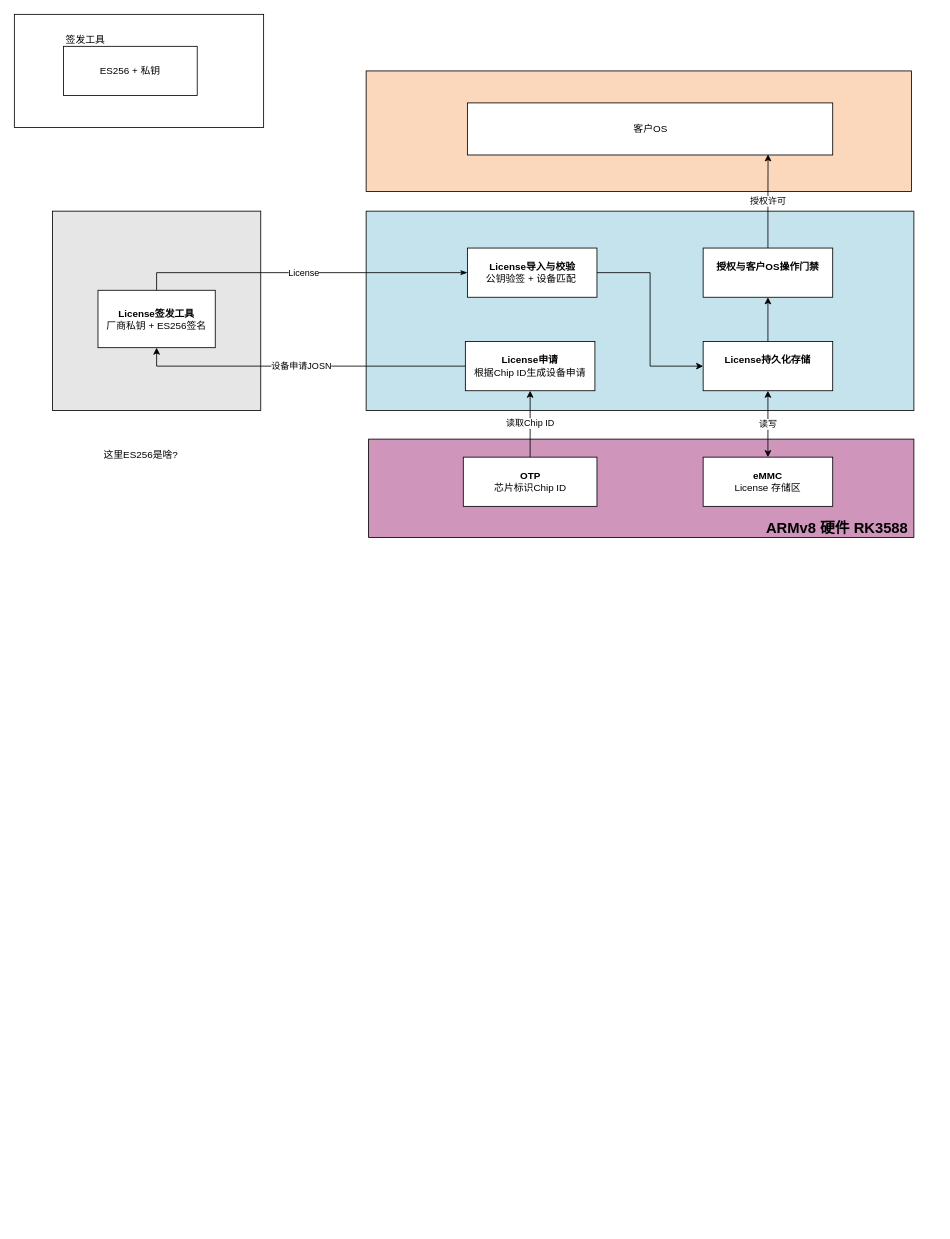
This is 离线授权License.drawio from pbf3163267861/drawio, a draw.io file, before an edit. Source tidied: cells renumbered, new cells numbered last; positions are measured from the earlier drawing's top-left corner, leaving out a move shared by most shapes. Both pictures are drawn from the tidied source at 82%, with x=0, y=0 at pixel (14, 14).
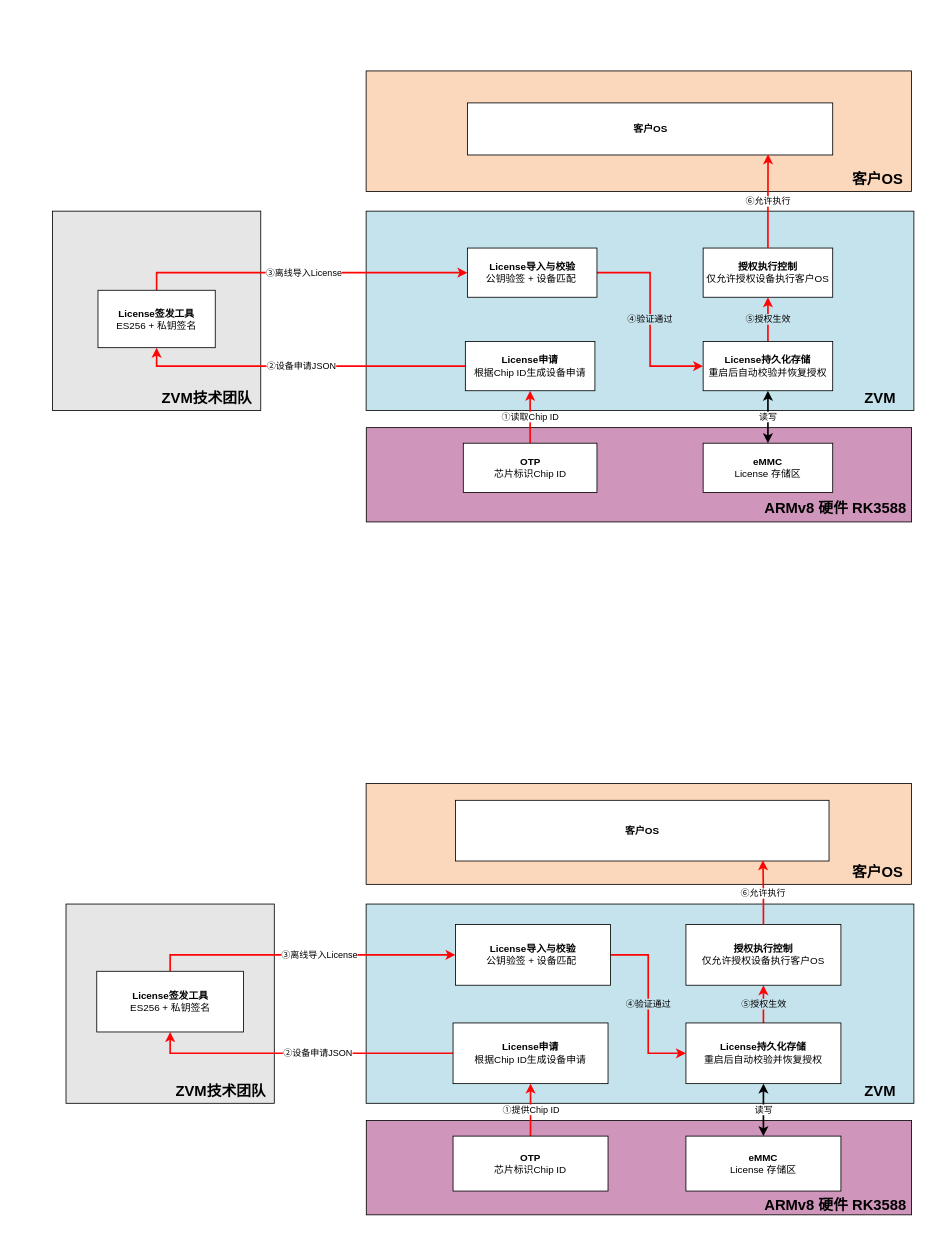
Above is the later version.

Commit message (it also covers changes not shown here):
更新离线授权License.drawio

The change refers to these unchanged cells:
```xml
<mxCell id="13" value="&lt;b&gt;License申请&lt;br&gt;&lt;/b&gt;根据Chip ID生成设备申请" style="rounded=0;whiteSpace=wrap;html=1;" parent="1" vertex="1">
  <mxGeometry x="550" y="399" width="158" height="60" as="geometry" />
</mxCell>
<mxCell id="16" value="&lt;b&gt;License导入与校验&lt;/b&gt;&lt;br&gt;公钥验签 + 设备匹配&amp;nbsp;" style="rounded=0;whiteSpace=wrap;html=1;" parent="1" vertex="1">
  <mxGeometry x="552.5" y="285" width="158" height="60" as="geometry" />
</mxCell>
```

The edit, as a diff of the source:
```diff
@@
-    <mxCell id="3" style="rounded=0;whiteSpace=wrap;html=1;" parent="1" vertex="1">
-      <mxGeometry width="304" height="138" as="geometry" />
-    </mxCell>
-    <mxCell id="4" value="ES256 +&amp;nbsp;&lt;span style=&quot;background-color: transparent; color: light-dark(rgb(0, 0, 0), rgb(255, 255, 255));&quot;&gt;私钥&lt;/span&gt;" style="rounded=0;whiteSpace=wrap;html=1;" parent="1" vertex="1">
-      <mxGeometry x="60" y="39" width="163" height="60" as="geometry" />
-    </mxCell>
-    <mxCell id="5" value="签发工具" style="text;html=1;whiteSpace=wrap;strokeColor=none;fillColor=none;align=center;verticalAlign=middle;rounded=0;" parent="1" vertex="1">
-      <mxGeometry x="57" y="17" width="60" height="30" as="geometry" />
-    </mxCell>
-    <mxCell id="6" style="rounded=0;whiteSpace=wrap;html=1;fillColor=light-dark(#c5e3ed, #ededed);" parent="1" vertex="1">
+    <mxCell id="6" style="rounded=0;whiteSpace=wrap;html=1;fillColor=light-dark(#c5e3ed, #ededed);labelBackgroundColor=none;" parent="1" vertex="1">
       <mxGeometry x="429" y="240" width="668" height="243" as="geometry" />
     </mxCell>
@@
     <mxCell id="8" style="rounded=0;whiteSpace=wrap;html=1;fillColor=light-dark(#D095BB,#EDEDED);" parent="1" vertex="1">
-      <mxGeometry x="432" y="518" width="665" height="120" as="geometry" />
+      <mxGeometry x="429.2" y="504" width="665" height="115" as="geometry" />
     </mxCell>
-    <mxCell id="9" value="读取Chip ID" style="edgeStyle=orthogonalEdgeStyle;rounded=0;jettySize=auto;html=1;exitX=0.5;exitY=0;exitDx=0;exitDy=0;entryX=0.5;entryY=1;entryDx=0;entryDy=0;" parent="1" edge="1" source="10" target="13">
+    <mxCell id="9" value="①读取Chip ID" style="edgeStyle=orthogonalEdgeStyle;rounded=0;jettySize=auto;html=1;exitX=0.5;exitY=0;exitDx=0;exitDy=0;entryX=0.5;entryY=1;entryDx=0;entryDy=0;strokeWidth=2;fontFamily=Helvetica;fontSize=11;fontColor=default;fontStyle=0;align=center;verticalAlign=middle;labelBackgroundColor=default;strokeColor=light-dark(#ff0505, #ededed);" parent="1" edge="1" source="10" target="13">
       <mxGeometry relative="1" as="geometry" />
     </mxCell>
     <mxCell id="10" value="&lt;b&gt;OTP&lt;/b&gt;&lt;div&gt;芯片标识Chip ID&lt;/div&gt;" style="rounded=0;whiteSpace=wrap;html=1;" parent="1" vertex="1">
-      <mxGeometry x="547.5" y="540" width="163" height="60" as="geometry" />
+      <mxGeometry x="547.5" y="523" width="163" height="60" as="geometry" />
     </mxCell>
     <mxCell id="11" value="&lt;div&gt;&lt;b&gt;eMMC&lt;/b&gt;&lt;/div&gt;License 存储区" style="rounded=0;whiteSpace=wrap;html=1;" parent="1" vertex="1">
-      <mxGeometry x="840" y="540" width="158" height="60" as="geometry" />
+      <mxGeometry x="840" y="523" width="158" height="60" as="geometry" />
     </mxCell>
-    <mxCell id="12" value="设备申请JOSN" style="edgeStyle=orthogonalEdgeStyle;rounded=0;jettySize=auto;html=1;exitX=0;exitY=0.5;exitDx=0;exitDy=0;entryX=0.5;entryY=1;entryDx=0;entryDy=0;" parent="1" edge="1" source="13" target="21">
+    <mxCell id="12" value="②设备申请JSON" style="edgeStyle=orthogonalEdgeStyle;rounded=0;jettySize=auto;html=1;exitX=0;exitY=0.5;exitDx=0;exitDy=0;entryX=0.5;entryY=1;entryDx=0;entryDy=0;strokeWidth=2;strokeColor=light-dark(#ff0505, #ededed);" parent="1" edge="1" source="13" target="21">
       <mxGeometry relative="1" as="geometry" />
     </mxCell>
@@
-    <mxCell id="14" value="License" style="edgeStyle=orthogonalEdgeStyle;rounded=0;jettySize=auto;html=1;exitX=0;exitY=0.5;exitDx=0;exitDy=0;entryX=0.5;entryY=0;entryDx=0;entryDy=0;startArrow=classicThin;startFill=1;endArrow=none;endFill=0;" parent="1" edge="1" source="16" target="21">
+    <mxCell id="14" value="③离线导入License" style="edgeStyle=orthogonalEdgeStyle;rounded=0;jettySize=auto;html=1;exitX=0;exitY=0.5;exitDx=0;exitDy=0;entryX=0.5;entryY=0;entryDx=0;entryDy=0;endArrow=none;strokeWidth=2;strokeColor=light-dark(#ff0505, #ededed);align=center;verticalAlign=middle;fontFamily=Helvetica;fontSize=11;fontColor=default;labelBackgroundColor=default;startArrow=classic;startFill=1;endFill=0;" parent="1" edge="1" source="16" target="21">
       <mxGeometry relative="1" as="geometry" />
     </mxCell>
-    <mxCell id="15" style="edgeStyle=orthogonalEdgeStyle;rounded=0;jettySize=auto;html=1;exitX=1;exitY=0.5;exitDx=0;exitDy=0;entryX=0;entryY=0.5;entryDx=0;entryDy=0;" parent="1" edge="1" source="16" target="19">
+    <mxCell id="15" value="④验证通过" style="edgeStyle=orthogonalEdgeStyle;rounded=0;jettySize=auto;html=1;exitX=1;exitY=0.5;exitDx=0;exitDy=0;entryX=0;entryY=0.5;entryDx=0;entryDy=0;strokeWidth=2;labelBackgroundColor=light-dark(#c5e3ed, #ededed);strokeColor=light-dark(#ff0505, #ededed);align=center;verticalAlign=middle;fontFamily=Helvetica;fontSize=11;fontColor=default;endArrow=classic;" parent="1" edge="1" source="16" target="19">
       <mxGeometry relative="1" as="geometry" />
     </mxCell>
@@
-    <mxCell id="17" style="edgeStyle=orthogonalEdgeStyle;rounded=0;jettySize=auto;html=1;exitX=0.5;exitY=0;exitDx=0;exitDy=0;entryX=0.5;entryY=1;entryDx=0;entryDy=0;" parent="1" edge="1" source="19" target="20">
+    <mxCell id="17" value="⑤授权生效" style="edgeStyle=orthogonalEdgeStyle;rounded=0;jettySize=auto;html=1;exitX=0.5;exitY=0;exitDx=0;exitDy=0;entryX=0.5;entryY=1;entryDx=0;entryDy=0;strokeWidth=2;fontFamily=Helvetica;fontSize=11;fontColor=default;align=center;verticalAlign=middle;labelBackgroundColor=light-dark(#c5e3ed, #ededed);strokeColor=light-dark(#ff0505, #ededed);endArrow=classic;fontStyle=0;" parent="1" edge="1" source="19" target="20">
       <mxGeometry relative="1" as="geometry" />
     </mxCell>
-    <mxCell id="18" value="读写" style="edgeStyle=orthogonalEdgeStyle;rounded=0;jettySize=auto;html=1;exitX=0.5;exitY=1;exitDx=0;exitDy=0;entryX=0.5;entryY=0;entryDx=0;entryDy=0;startArrow=classic;startFill=1;" parent="1" edge="1" source="19" target="11">
+    <mxCell id="18" value="读写" style="edgeStyle=orthogonalEdgeStyle;rounded=0;jettySize=auto;html=1;exitX=0.5;exitY=1;exitDx=0;exitDy=0;entryX=0.5;entryY=0;entryDx=0;entryDy=0;startArrow=classic;startFill=1;strokeWidth=2;" parent="1" edge="1" source="19" target="11">
       <mxGeometry relative="1" as="geometry" />
     </mxCell>
-    <mxCell id="19" value="&lt;b&gt;License持久化存储&lt;/b&gt;&lt;div&gt;&lt;br&gt;&lt;/div&gt;" style="rounded=0;whiteSpace=wrap;html=1;" parent="1" vertex="1">
+    <mxCell id="19" value="&lt;b&gt;License持久化存储&lt;/b&gt;&lt;div&gt;重启后自动校验并恢复授权&lt;/div&gt;" style="rounded=0;whiteSpace=wrap;html=1;" parent="1" vertex="1">
       <mxGeometry x="840" y="399" width="158" height="60" as="geometry" />
     </mxCell>
-    <mxCell id="20" value="&lt;b&gt;授权与客户OS操作门禁&lt;/b&gt;&lt;br&gt;&lt;div&gt;&lt;br&gt;&lt;/div&gt;" style="rounded=0;whiteSpace=wrap;html=1;" parent="1" vertex="1">
+    <mxCell id="20" value="&lt;b&gt;授权执行控制&lt;/b&gt;&lt;div&gt;仅允许授权设备执行客户OS&lt;b&gt;&lt;/b&gt;&lt;/div&gt;" style="rounded=0;whiteSpace=wrap;html=1;" parent="1" vertex="1">
       <mxGeometry x="840" y="285" width="158" height="60" as="geometry" />
     </mxCell>
-    <mxCell id="21" value="&lt;b&gt;License签发工具&lt;/b&gt;&lt;div&gt;厂商私钥 + ES256签名&lt;/div&gt;" style="rounded=0;whiteSpace=wrap;html=1;" parent="1" vertex="1">
+    <mxCell id="21" value="&lt;b&gt;License签发工具&lt;/b&gt;&lt;div&gt;ES256 + 私钥签名&lt;/div&gt;" style="rounded=0;whiteSpace=wrap;html=1;" parent="1" vertex="1">
       <mxGeometry x="102" y="336.5" width="143" height="70" as="geometry" />
     </mxCell>
-    <mxCell id="22" value="这里ES256是啥?" style="text;html=1;whiteSpace=wrap;strokeColor=none;fillColor=none;align=center;verticalAlign=middle;rounded=0;" parent="1" vertex="1">
-      <mxGeometry x="69" y="523" width="171" height="30" as="geometry" />
-    </mxCell>
-    <mxCell id="23" value="客户OS" style="rounded=0;whiteSpace=wrap;html=1;" parent="1" vertex="1">
+    <mxCell id="23" value="&lt;b&gt;客户OS&lt;/b&gt;" style="rounded=0;whiteSpace=wrap;html=1;" parent="1" vertex="1">
       <mxGeometry x="552.5" y="108" width="445.5" height="63.5" as="geometry" />
     </mxCell>
-    <mxCell id="24" value="授权许可" style="edgeStyle=orthogonalEdgeStyle;rounded=0;jettySize=auto;html=1;exitX=0.5;exitY=0;exitDx=0;exitDy=0;entryX=0.823;entryY=0.988;entryDx=0;entryDy=0;entryPerimeter=0;" parent="1" edge="1" source="20" target="23">
+    <mxCell id="24" value="⑥允许执行" style="edgeStyle=orthogonalEdgeStyle;rounded=0;jettySize=auto;html=1;exitX=0.5;exitY=0;exitDx=0;exitDy=0;entryX=0.823;entryY=0.988;entryDx=0;entryDy=0;entryPerimeter=0;strokeWidth=2;strokeColor=light-dark(#ff0505, #ededed);align=center;verticalAlign=middle;fontFamily=Helvetica;fontSize=11;fontColor=default;labelBackgroundColor=default;endArrow=classic;" parent="1" edge="1" source="20" target="23">
       <mxGeometry relative="1" as="geometry" />
     </mxCell>
     <mxCell id="25" value="&lt;h1 style=&quot;margin-top: 0px;&quot;&gt;ARMv8 硬件 RK3588&lt;/h1&gt;" style="text;html=1;whiteSpace=wrap;overflow=hidden;rounded=0;fontSize=9;" parent="1" vertex="1">
-      <mxGeometry x="915" y="610" width="209" height="38" as="geometry" />
+      <mxGeometry x="913" y="586" width="209" height="38" as="geometry" />
     </mxCell>
+    <mxCell id="26" value="&lt;h1 style=&quot;margin-top: 0px;&quot;&gt;ZVM&lt;br&gt;&lt;/h1&gt;" style="text;html=1;whiteSpace=wrap;overflow=hidden;rounded=0;fontSize=9;" parent="1" vertex="1">
+      <mxGeometry x="1035" y="452" width="60" height="38" as="geometry" />
+    </mxCell>
+    <mxCell id="27" value="&lt;h1 style=&quot;margin-top: 0px;&quot;&gt;客户OS&lt;/h1&gt;" style="text;html=1;whiteSpace=wrap;overflow=hidden;rounded=0;fontSize=9;" parent="1" vertex="1">
+      <mxGeometry x="1020" y="184" width="74" height="38" as="geometry" />
+    </mxCell>
+    <mxCell id="28" value="&lt;h1 style=&quot;margin-top: 0px;&quot;&gt;ZVM技术团队&lt;/h1&gt;" style="text;html=1;whiteSpace=wrap;overflow=hidden;rounded=0;fontSize=9;" parent="1" vertex="1">
+      <mxGeometry x="178" y="452" width="132" height="38" as="geometry" />
+    </mxCell>
+    <mxCell id="29" style="rounded=0;whiteSpace=wrap;html=1;fillColor=#E6E6E6;" parent="1" vertex="1">
+      <mxGeometry x="63" y="1085" width="254" height="243" as="geometry" />
+    </mxCell>
+    <mxCell id="30" style="rounded=0;whiteSpace=wrap;html=1;fillColor=light-dark(#c5e3ed, #ededed);labelBackgroundColor=none;" parent="1" vertex="1">
+      <mxGeometry x="429" y="1085" width="668" height="243" as="geometry" />
+    </mxCell>
+    <mxCell id="31" style="rounded=0;whiteSpace=wrap;html=1;fillColor=light-dark(#fbd7bb, #ededed);" parent="1" vertex="1">
+      <mxGeometry x="429" y="938" width="665" height="123" as="geometry" />
+    </mxCell>
+    <mxCell id="32" style="rounded=0;whiteSpace=wrap;html=1;fillColor=light-dark(#D095BB,#EDEDED);" parent="1" vertex="1">
+      <mxGeometry x="429.2" y="1349" width="665" height="115" as="geometry" />
+    </mxCell>
+    <mxCell id="33" value="&lt;div&gt;①提供Chip ID&lt;/div&gt;" style="edgeStyle=orthogonalEdgeStyle;rounded=0;jettySize=auto;html=1;exitX=0.5;exitY=0;exitDx=0;exitDy=0;entryX=0.5;entryY=1;entryDx=0;entryDy=0;strokeWidth=2;fontFamily=Helvetica;fontSize=11;fontColor=default;fontStyle=0;align=center;verticalAlign=middle;labelBackgroundColor=default;strokeColor=light-dark(#ff0505, #ededed);" parent="1" edge="1" source="34" target="37">
+      <mxGeometry relative="1" as="geometry" />
+    </mxCell>
+    <mxCell id="34" value="&lt;b&gt;OTP&lt;/b&gt;&lt;div&gt;芯片标识Chip ID&lt;/div&gt;" style="rounded=0;whiteSpace=wrap;html=1;" parent="1" vertex="1">
+      <mxGeometry x="535" y="1368" width="189" height="67" as="geometry" />
+    </mxCell>
+    <mxCell id="35" value="&lt;div&gt;&lt;b&gt;eMMC&lt;/b&gt;&lt;/div&gt;License 存储区" style="rounded=0;whiteSpace=wrap;html=1;" parent="1" vertex="1">
+      <mxGeometry x="819" y="1368" width="189" height="67" as="geometry" />
+    </mxCell>
+    <mxCell id="36" value="②设备申请JSON" style="edgeStyle=orthogonalEdgeStyle;rounded=0;jettySize=auto;html=1;exitX=0;exitY=0.5;exitDx=0;exitDy=0;entryX=0.5;entryY=1;entryDx=0;entryDy=0;strokeWidth=2;strokeColor=light-dark(#ff0505, #ededed);" parent="1" edge="1" source="37" target="45">
+      <mxGeometry x="-0.11" relative="1" as="geometry" />
+    </mxCell>
+    <mxCell id="37" value="&lt;b&gt;License申请&lt;br&gt;&lt;/b&gt;根据Chip ID生成设备申请" style="rounded=0;whiteSpace=wrap;html=1;" parent="1" vertex="1">
+      <mxGeometry x="535" y="1230" width="189" height="74" as="geometry" />
+    </mxCell>
+    <mxCell id="38" value="③离线导入License" style="edgeStyle=orthogonalEdgeStyle;rounded=0;jettySize=auto;html=1;exitX=0;exitY=0.5;exitDx=0;exitDy=0;entryX=0.5;entryY=0;entryDx=0;entryDy=0;endArrow=none;strokeWidth=2;strokeColor=light-dark(#ff0505, #ededed);align=center;verticalAlign=middle;fontFamily=Helvetica;fontSize=11;fontColor=default;labelBackgroundColor=default;startArrow=classic;startFill=1;endFill=0;" parent="1" edge="1" source="40" target="45">
+      <mxGeometry x="-0.1" relative="1" as="geometry" />
+    </mxCell>
+    <mxCell id="39" value="④验证通过" style="edgeStyle=orthogonalEdgeStyle;rounded=0;jettySize=auto;html=1;exitX=1;exitY=0.5;exitDx=0;exitDy=0;entryX=0;entryY=0.5;entryDx=0;entryDy=0;strokeWidth=2;labelBackgroundColor=light-dark(#c5e3ed, #ededed);strokeColor=light-dark(#ff0505, #ededed);align=center;verticalAlign=middle;fontFamily=Helvetica;fontSize=11;fontColor=default;endArrow=classic;" parent="1" edge="1" source="40" target="43">
+      <mxGeometry relative="1" as="geometry" />
+    </mxCell>
+    <mxCell id="40" value="&lt;b&gt;License导入与校验&lt;/b&gt;&lt;br&gt;公钥验签 + 设备匹配&amp;nbsp;" style="rounded=0;whiteSpace=wrap;html=1;" parent="1" vertex="1">
+      <mxGeometry x="538" y="1110" width="189" height="74" as="geometry" />
+    </mxCell>
+    <mxCell id="41" value="⑤授权生效" style="edgeStyle=orthogonalEdgeStyle;rounded=0;jettySize=auto;html=1;exitX=0.5;exitY=0;exitDx=0;exitDy=0;entryX=0.5;entryY=1;entryDx=0;entryDy=0;strokeWidth=2;fontFamily=Helvetica;fontSize=11;fontColor=default;align=center;verticalAlign=middle;labelBackgroundColor=light-dark(#c5e3ed, #ededed);strokeColor=light-dark(#ff0505, #ededed);endArrow=classic;fontStyle=0;" parent="1" edge="1" source="43" target="44">
+      <mxGeometry relative="1" as="geometry" />
+    </mxCell>
+    <mxCell id="42" value="读写" style="edgeStyle=orthogonalEdgeStyle;rounded=0;jettySize=auto;html=1;exitX=0.5;exitY=1;exitDx=0;exitDy=0;entryX=0.5;entryY=0;entryDx=0;entryDy=0;startArrow=classic;startFill=1;strokeWidth=2;" parent="1" edge="1" source="43" target="35">
+      <mxGeometry relative="1" as="geometry" />
+    </mxCell>
+    <mxCell id="43" value="&lt;b&gt;License持久化存储&lt;/b&gt;&lt;div&gt;重启后自动校验并恢复授权&lt;/div&gt;" style="rounded=0;whiteSpace=wrap;html=1;" parent="1" vertex="1">
+      <mxGeometry x="819" y="1230" width="189" height="74" as="geometry" />
+    </mxCell>
+    <mxCell id="44" value="&lt;b&gt;授权执行控制&lt;/b&gt;&lt;div&gt;仅允许授权设备执行客户OS&lt;b&gt;&lt;/b&gt;&lt;/div&gt;" style="rounded=0;whiteSpace=wrap;html=1;" parent="1" vertex="1">
+      <mxGeometry x="819" y="1110" width="189" height="74" as="geometry" />
+    </mxCell>
+    <mxCell id="45" value="&lt;b&gt;License签发工具&lt;/b&gt;&lt;div&gt;ES256 + 私钥签名&lt;/div&gt;" style="rounded=0;whiteSpace=wrap;html=1;" parent="1" vertex="1">
+      <mxGeometry x="100.5" y="1167" width="179" height="74" as="geometry" />
+    </mxCell>
+    <mxCell id="46" value="&lt;b&gt;客户OS&lt;/b&gt;" style="rounded=0;whiteSpace=wrap;html=1;" parent="1" vertex="1">
+      <mxGeometry x="538" y="958.5" width="455.5" height="74" as="geometry" />
+    </mxCell>
+    <mxCell id="47" value="⑥允许执行" style="edgeStyle=orthogonalEdgeStyle;rounded=0;jettySize=auto;html=1;exitX=0.5;exitY=0;exitDx=0;exitDy=0;entryX=0.823;entryY=0.988;entryDx=0;entryDy=0;entryPerimeter=0;strokeWidth=2;strokeColor=light-dark(#ff0505, #ededed);align=center;verticalAlign=middle;fontFamily=Helvetica;fontSize=11;fontColor=default;labelBackgroundColor=default;endArrow=classic;" parent="1" edge="1" source="44" target="46">
+      <mxGeometry relative="1" as="geometry" />
+    </mxCell>
+    <mxCell id="48" value="&lt;h1 style=&quot;margin-top: 0px;&quot;&gt;ARMv8 硬件 RK3588&lt;/h1&gt;" style="text;html=1;whiteSpace=wrap;overflow=hidden;rounded=0;fontSize=9;" parent="1" vertex="1">
+      <mxGeometry x="913" y="1435" width="209" height="38" as="geometry" />
+    </mxCell>
+    <mxCell id="49" value="&lt;h1 style=&quot;margin-top: 0px;&quot;&gt;ZVM&lt;br&gt;&lt;/h1&gt;" style="text;html=1;whiteSpace=wrap;overflow=hidden;rounded=0;fontSize=9;" parent="1" vertex="1">
+      <mxGeometry x="1035" y="1297" width="60" height="38" as="geometry" />
+    </mxCell>
+    <mxCell id="50" value="&lt;h1 style=&quot;margin-top: 0px;&quot;&gt;客户OS&lt;/h1&gt;" style="text;html=1;whiteSpace=wrap;overflow=hidden;rounded=0;fontSize=9;" parent="1" vertex="1">
+      <mxGeometry x="1020" y="1029" width="74" height="38" as="geometry" />
+    </mxCell>
+    <mxCell id="51" value="&lt;h1 style=&quot;margin-top: 0px;&quot;&gt;ZVM技术团队&lt;/h1&gt;" style="text;html=1;whiteSpace=wrap;overflow=hidden;rounded=0;fontSize=9;" parent="1" vertex="1">
+      <mxGeometry x="194.5" y="1297" width="132" height="38" as="geometry" />
+    </mxCell>
```
